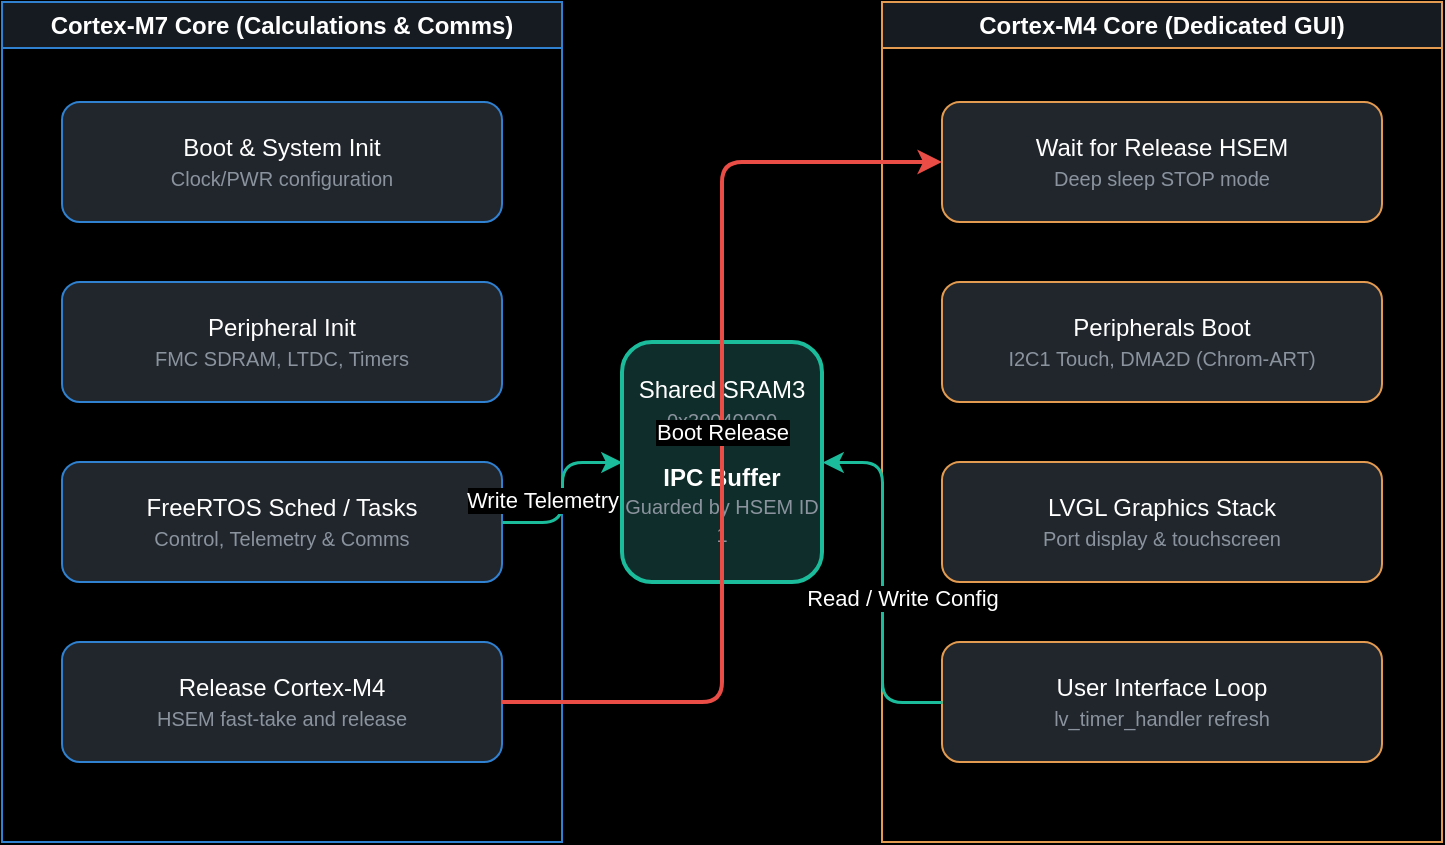
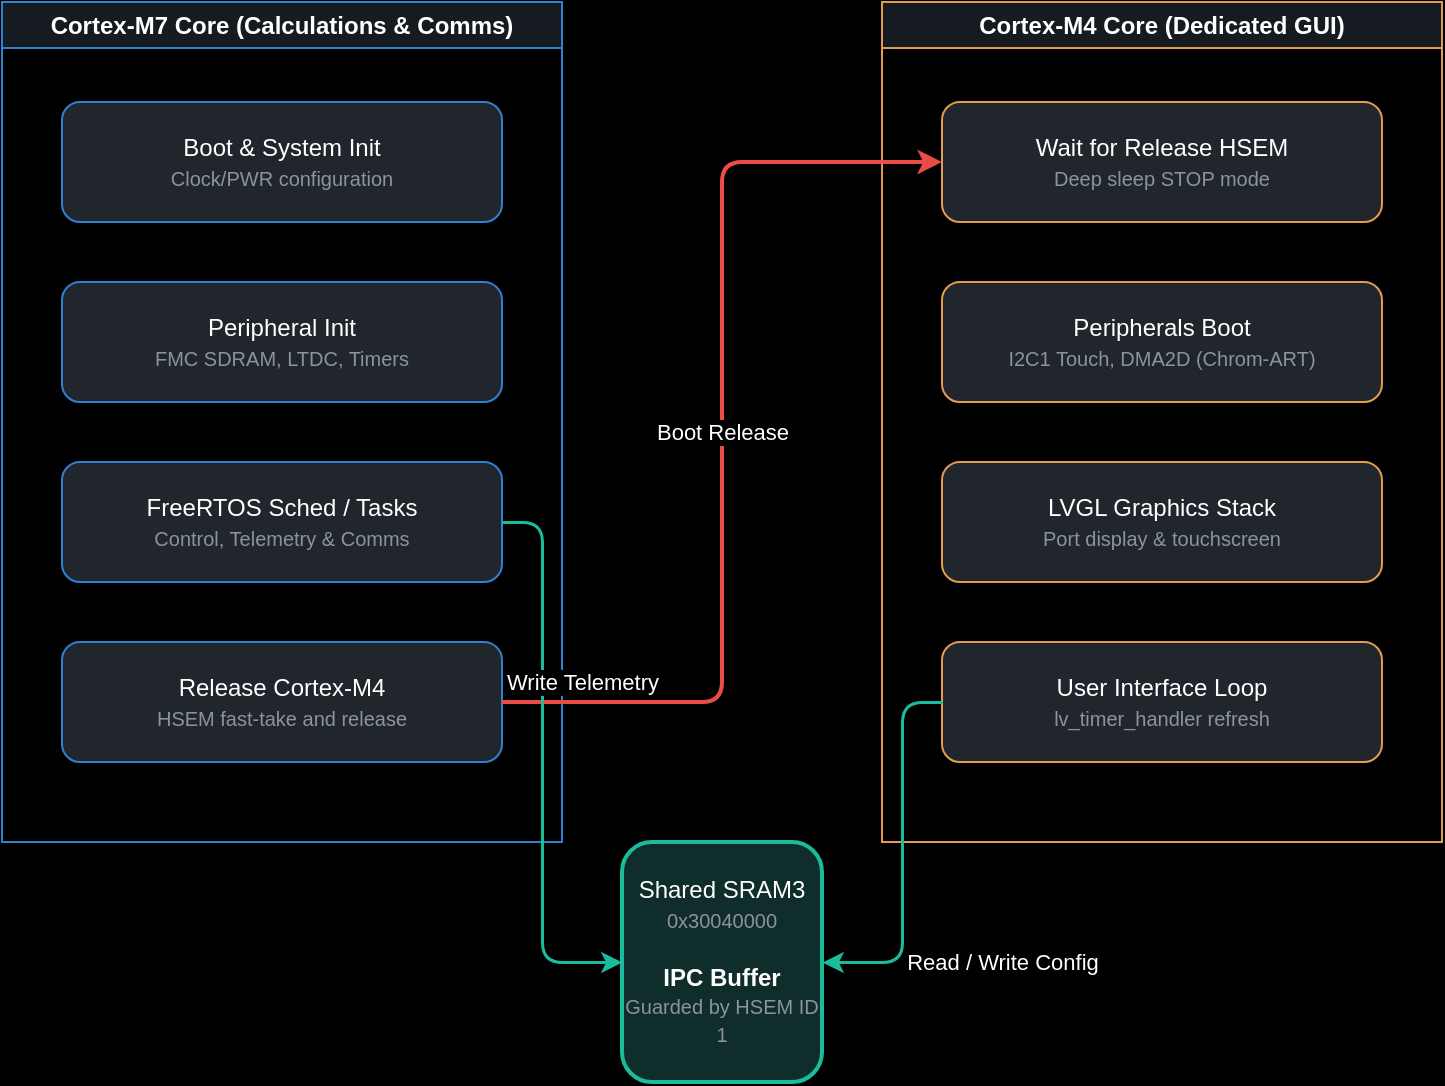
- <mxfile host="Electron" modified="2026-07-02T06:17:00.000Z" agent="5.0" version="20.0.0" type="device">
-   <diagram id="diag_1" name="STM32H757 Dual-Core Template Architecture">
-     <mxGraphModel dx="1182" dy="725" grid="1" gridSize="10" guides="1" tooltips="1" connect="1" arrows="1" fold="1" page="1" pageScale="1" pageWidth="827" pageHeight="1169" math="0" shadow="0" background="#000000">
-       <root>
-         <mxCell id="0" />
-         <mxCell id="1" parent="0" />
- 
-         <!-- Cortex-M7 swimlane -->
-         <mxCell id="2" value="Cortex-M7 Core (Calculations &amp; Comms)" style="swimlane;whiteSpace=wrap;html=1;startSize=23;fillColor=#161B22;strokeColor=#3081D0;fontColor=#FFFFFF;fontStyle=1;align=center;" vertex="1" parent="1">
-           <mxGeometry x="40" y="80" width="280" height="420" as="geometry" />
-         </mxCell>
- 
-         <mxCell id="5" value="Boot &amp; System Init&lt;br&gt;&lt;font size=&quot;1&quot; color=&quot;#8B949E&quot;&gt;Clock/PWR configuration&lt;/font&gt;" style="rounded=1;whiteSpace=wrap;html=1;fillColor=#21262D;strokeColor=#3081D0;fontColor=#FFFFFF;align=center;" vertex="1" parent="2">
-           <mxGeometry x="30" y="50" width="220" height="60" as="geometry" />
-         </mxCell>
- 
-         <mxCell id="6" value="Peripheral Init&lt;br&gt;&lt;font size=&quot;1&quot; color=&quot;#8B949E&quot;&gt;FMC SDRAM, LTDC, Timers&lt;/font&gt;" style="rounded=1;whiteSpace=wrap;html=1;fillColor=#21262D;strokeColor=#3081D0;fontColor=#FFFFFF;align=center;" vertex="1" parent="2">
-           <mxGeometry x="30" y="140" width="220" height="60" as="geometry" />
-         </mxCell>
- 
-         <mxCell id="7" value="FreeRTOS Sched / Tasks&lt;br&gt;&lt;font size=&quot;1&quot; color=&quot;#8B949E&quot;&gt;Control, Telemetry &amp; Comms&lt;/font&gt;" style="rounded=1;whiteSpace=wrap;html=1;fillColor=#21262D;strokeColor=#3081D0;fontColor=#FFFFFF;align=center;" vertex="1" parent="2">
-           <mxGeometry x="30" y="230" width="220" height="60" as="geometry" />
-         </mxCell>
- 
-         <mxCell id="8" value="Release Cortex-M4&lt;br&gt;&lt;font size=&quot;1&quot; color=&quot;#8B949E&quot;&gt;HSEM fast-take and release&lt;/font&gt;" style="rounded=1;whiteSpace=wrap;html=1;fillColor=#21262D;strokeColor=#3081D0;fontColor=#FFFFFF;align=center;" vertex="1" parent="2">
-           <mxGeometry x="30" y="320" width="220" height="60" as="geometry" />
-         </mxCell>
- 
-         <!-- Cortex-M4 swimlane -->
-         <mxCell id="3" value="Cortex-M4 Core (Dedicated GUI)" style="swimlane;whiteSpace=wrap;html=1;startSize=23;fillColor=#161B22;strokeColor=#E39B51;fontColor=#FFFFFF;fontStyle=1;align=center;" vertex="1" parent="1">
-           <mxGeometry x="480" y="80" width="280" height="420" as="geometry" />
-         </mxCell>
- 
-         <mxCell id="9" value="Wait for Release HSEM&lt;br&gt;&lt;font size=&quot;1&quot; color=&quot;#8B949E&quot;&gt;Deep sleep STOP mode&lt;/font&gt;" style="rounded=1;whiteSpace=wrap;html=1;fillColor=#21262D;strokeColor=#E39B51;fontColor=#FFFFFF;align=center;" vertex="1" parent="3">
-           <mxGeometry x="30" y="50" width="220" height="60" as="geometry" />
-         </mxCell>
- 
-         <mxCell id="10" value="Peripherals Boot&lt;br&gt;&lt;font size=&quot;1&quot; color=&quot;#8B949E&quot;&gt;I2C1 Touch, DMA2D (Chrom-ART)&lt;/font&gt;" style="rounded=1;whiteSpace=wrap;html=1;fillColor=#21262D;strokeColor=#E39B51;fontColor=#FFFFFF;align=center;" vertex="1" parent="3">
-           <mxGeometry x="30" y="140" width="220" height="60" as="geometry" />
-         </mxCell>
- 
-         <mxCell id="11" value="LVGL Graphics Stack&lt;br&gt;&lt;font size=&quot;1&quot; color=&quot;#8B949E&quot;&gt;Port display &amp; touchscreen&lt;/font&gt;" style="rounded=1;whiteSpace=wrap;html=1;fillColor=#21262D;strokeColor=#E39B51;fontColor=#FFFFFF;align=center;" vertex="1" parent="3">
-           <mxGeometry x="30" y="230" width="220" height="60" as="geometry" />
-         </mxCell>
- 
-         <mxCell id="12" value="User Interface Loop&lt;br&gt;&lt;font size=&quot;1&quot; color=&quot;#8B949E&quot;&gt;lv_timer_handler refresh&lt;/font&gt;" style="rounded=1;whiteSpace=wrap;html=1;fillColor=#21262D;strokeColor=#E39B51;fontColor=#FFFFFF;align=center;" vertex="1" parent="3">
-           <mxGeometry x="30" y="320" width="220" height="60" as="geometry" />
-         </mxCell>
- 
-         <!-- Shared SRAM3 -->
-         <mxCell id="4" value="Shared SRAM3&lt;br&gt;&lt;font size=&quot;1&quot; color=&quot;#8B949E&quot;&gt;0x30040000&lt;/font&gt;&lt;br&gt;&lt;br&gt;&lt;b&gt;IPC Buffer&lt;/b&gt;&lt;br&gt;&lt;font size=&quot;1&quot; color=&quot;#8B949E&quot;&gt;Guarded by HSEM ID 1&lt;/font&gt;" style="rounded=1;whiteSpace=wrap;html=1;fillColor=#0F2D2A;strokeColor=#1ABC9C;strokeWidth=2;fontColor=#FFFFFF;align=center;" vertex="1" parent="1">
-           <mxGeometry x="350" y="250" width="100" height="120" as="geometry" />
-         </mxCell>
- 
-         <!-- Connectors -->
-         <mxCell id="13" value="Boot Release" style="edgeStyle=orthogonalEdgeStyle;rounded=1;orthogonalLoop=1;jettySize=auto;html=1;strokeWidth=2;strokeColor=#EA4C46;fontColor=#FFFFFF;labelBackgroundColor=#000000;exitX=1;exitY=0.5;exitDx=0;exitDy=0;entryX=0;entryY=0.5;entryDx=0;entryDy=0;" edge="1" parent="1" source="8" target="9">
-           <mxGeometry relative="1" as="geometry" />
-         </mxCell>
- 
-         <mxCell id="14" value="Write Telemetry" style="edgeStyle=orthogonalEdgeStyle;rounded=1;orthogonalLoop=1;jettySize=auto;html=1;strokeWidth=1.5;strokeColor=#1ABC9C;fontColor=#FFFFFF;labelBackgroundColor=#000000;exitX=1;exitY=0.5;exitDx=0;exitDy=0;entryX=0;entryY=0.5;entryDx=0;entryDy=0;" edge="1" parent="1" source="7" target="4">
-           <mxGeometry x="-0.0909" y="10" relative="1" as="geometry">
-             <mxPoint as="offset" />
-           </mxGeometry>
-         </mxCell>
- 
-         <mxCell id="15" value="Read / Write Config" style="edgeStyle=orthogonalEdgeStyle;rounded=1;orthogonalLoop=1;jettySize=auto;html=1;strokeWidth=1.5;strokeColor=#1ABC9C;fontColor=#FFFFFF;labelBackgroundColor=#000000;exitX=0;exitY=0.5;exitDx=0;exitDy=0;entryX=1;entryY=0.5;entryDx=0;entryDy=0;" edge="1" parent="1" source="12" target="4">
-           <mxGeometry x="-0.0909" y="-10" relative="1" as="geometry">
-             <mxPoint as="offset" />
-           </mxGeometry>
-         </mxCell>
-       </root>
-     </mxGraphModel>
-   </diagram>
- </mxfile>
+ <mxfile host="65bd71144e">
+     <diagram id="diag_1" name="STM32H757 Dual-Core Template Architecture">
+         <mxGraphModel dx="979" dy="904" grid="1" gridSize="10" guides="1" tooltips="1" connect="1" arrows="1" fold="1" page="1" pageScale="1" pageWidth="827" pageHeight="1169" background="#000000" math="0" shadow="0">
+             <root>
+                 <mxCell id="0"/>
+                 <mxCell id="1" parent="0"/>
+                 <mxCell id="2" value="Cortex-M7 Core (Calculations &amp; Comms)" style="swimlane;whiteSpace=wrap;html=1;startSize=23;fillColor=#161B22;strokeColor=#3081D0;fontColor=#FFFFFF;fontStyle=1;align=center;" parent="1" vertex="1">
+                     <mxGeometry x="40" y="80" width="280" height="420" as="geometry"/>
+                 </mxCell>
+                 <mxCell id="5" value="Boot &amp; System Init&lt;br&gt;&lt;font size=&quot;1&quot; color=&quot;#8B949E&quot;&gt;Clock/PWR configuration&lt;/font&gt;" style="rounded=1;whiteSpace=wrap;html=1;fillColor=#21262D;strokeColor=#3081D0;fontColor=#FFFFFF;align=center;" parent="2" vertex="1">
+                     <mxGeometry x="30" y="50" width="220" height="60" as="geometry"/>
+                 </mxCell>
+                 <mxCell id="6" value="Peripheral Init&lt;br&gt;&lt;font size=&quot;1&quot; color=&quot;#8B949E&quot;&gt;FMC SDRAM, LTDC, Timers&lt;/font&gt;" style="rounded=1;whiteSpace=wrap;html=1;fillColor=#21262D;strokeColor=#3081D0;fontColor=#FFFFFF;align=center;" parent="2" vertex="1">
+                     <mxGeometry x="30" y="140" width="220" height="60" as="geometry"/>
+                 </mxCell>
+                 <mxCell id="7" value="FreeRTOS Sched / Tasks&lt;br&gt;&lt;font size=&quot;1&quot; color=&quot;#8B949E&quot;&gt;Control, Telemetry &amp; Comms&lt;/font&gt;" style="rounded=1;whiteSpace=wrap;html=1;fillColor=#21262D;strokeColor=#3081D0;fontColor=#FFFFFF;align=center;" parent="2" vertex="1">
+                     <mxGeometry x="30" y="230" width="220" height="60" as="geometry"/>
+                 </mxCell>
+                 <mxCell id="8" value="Release Cortex-M4&lt;br&gt;&lt;font size=&quot;1&quot; color=&quot;#8B949E&quot;&gt;HSEM fast-take and release&lt;/font&gt;" style="rounded=1;whiteSpace=wrap;html=1;fillColor=#21262D;strokeColor=#3081D0;fontColor=#FFFFFF;align=center;" parent="2" vertex="1">
+                     <mxGeometry x="30" y="320" width="220" height="60" as="geometry"/>
+                 </mxCell>
+                 <mxCell id="3" value="Cortex-M4 Core (Dedicated GUI)" style="swimlane;whiteSpace=wrap;html=1;startSize=23;fillColor=#161B22;strokeColor=#E39B51;fontColor=#FFFFFF;fontStyle=1;align=center;" parent="1" vertex="1">
+                     <mxGeometry x="480" y="80" width="280" height="420" as="geometry"/>
+                 </mxCell>
+                 <mxCell id="9" value="Wait for Release HSEM&lt;br&gt;&lt;font size=&quot;1&quot; color=&quot;#8B949E&quot;&gt;Deep sleep STOP mode&lt;/font&gt;" style="rounded=1;whiteSpace=wrap;html=1;fillColor=#21262D;strokeColor=#E39B51;fontColor=#FFFFFF;align=center;" parent="3" vertex="1">
+                     <mxGeometry x="30" y="50" width="220" height="60" as="geometry"/>
+                 </mxCell>
+                 <mxCell id="10" value="Peripherals Boot&lt;br&gt;&lt;font size=&quot;1&quot; color=&quot;#8B949E&quot;&gt;I2C1 Touch, DMA2D (Chrom-ART)&lt;/font&gt;" style="rounded=1;whiteSpace=wrap;html=1;fillColor=#21262D;strokeColor=#E39B51;fontColor=#FFFFFF;align=center;" parent="3" vertex="1">
+                     <mxGeometry x="30" y="140" width="220" height="60" as="geometry"/>
+                 </mxCell>
+                 <mxCell id="11" value="LVGL Graphics Stack&lt;br&gt;&lt;font size=&quot;1&quot; color=&quot;#8B949E&quot;&gt;Port display &amp; touchscreen&lt;/font&gt;" style="rounded=1;whiteSpace=wrap;html=1;fillColor=#21262D;strokeColor=#E39B51;fontColor=#FFFFFF;align=center;" parent="3" vertex="1">
+                     <mxGeometry x="30" y="230" width="220" height="60" as="geometry"/>
+                 </mxCell>
+                 <mxCell id="12" value="User Interface Loop&lt;br&gt;&lt;font size=&quot;1&quot; color=&quot;#8B949E&quot;&gt;lv_timer_handler refresh&lt;/font&gt;" style="rounded=1;whiteSpace=wrap;html=1;fillColor=#21262D;strokeColor=#E39B51;fontColor=#FFFFFF;align=center;" parent="3" vertex="1">
+                     <mxGeometry x="30" y="320" width="220" height="60" as="geometry"/>
+                 </mxCell>
+                 <mxCell id="4" value="Shared SRAM3&lt;br&gt;&lt;font size=&quot;1&quot; color=&quot;#8B949E&quot;&gt;0x30040000&lt;/font&gt;&lt;br&gt;&lt;br&gt;&lt;b&gt;IPC Buffer&lt;/b&gt;&lt;br&gt;&lt;font size=&quot;1&quot; color=&quot;#8B949E&quot;&gt;Guarded by HSEM ID 1&lt;/font&gt;" style="rounded=1;whiteSpace=wrap;html=1;fillColor=#0F2D2A;strokeColor=#1ABC9C;strokeWidth=2;fontColor=#FFFFFF;align=center;" parent="1" vertex="1">
+                     <mxGeometry x="350" y="500" width="100" height="120" as="geometry"/>
+                 </mxCell>
+                 <mxCell id="13" value="Boot Release" style="edgeStyle=orthogonalEdgeStyle;rounded=1;orthogonalLoop=1;jettySize=auto;html=1;strokeWidth=2;strokeColor=#EA4C46;fontColor=#FFFFFF;labelBackgroundColor=#000000;exitX=1;exitY=0.5;exitDx=0;exitDy=0;entryX=0;entryY=0.5;entryDx=0;entryDy=0;" parent="1" source="8" target="9" edge="1">
+                     <mxGeometry relative="1" as="geometry"/>
+                 </mxCell>
+                 <mxCell id="14" value="Write Telemetry" style="edgeStyle=orthogonalEdgeStyle;rounded=1;orthogonalLoop=1;jettySize=auto;html=1;strokeWidth=1.5;strokeColor=#1ABC9C;fontColor=#FFFFFF;labelBackgroundColor=#000000;exitX=1;exitY=0.5;exitDx=0;exitDy=0;entryX=0;entryY=0.5;entryDx=0;entryDy=0;" parent="1" source="7" target="4" edge="1">
+                     <mxGeometry x="-0.2857" y="20" relative="1" as="geometry">
+                         <mxPoint as="offset"/>
+                         <Array as="points">
+                             <mxPoint x="310" y="340"/>
+                             <mxPoint x="310" y="560"/>
+                         </Array>
+                     </mxGeometry>
+                 </mxCell>
+                 <mxCell id="15" value="Read / Write Config" style="edgeStyle=orthogonalEdgeStyle;rounded=1;orthogonalLoop=1;jettySize=auto;html=1;strokeWidth=1.5;strokeColor=#1ABC9C;fontColor=#FFFFFF;labelBackgroundColor=#000000;exitX=0;exitY=0.5;exitDx=0;exitDy=0;entryX=1;entryY=0.5;entryDx=0;entryDy=0;" parent="1" source="12" target="4" edge="1">
+                     <mxGeometry x="0.5789" y="-50" relative="1" as="geometry">
+                         <mxPoint x="50" y="50" as="offset"/>
+                         <Array as="points">
+                             <mxPoint x="490" y="430"/>
+                             <mxPoint x="490" y="560"/>
+                         </Array>
+                     </mxGeometry>
+                 </mxCell>
+             </root>
+         </mxGraphModel>
+     </diagram>
+ </mxfile>